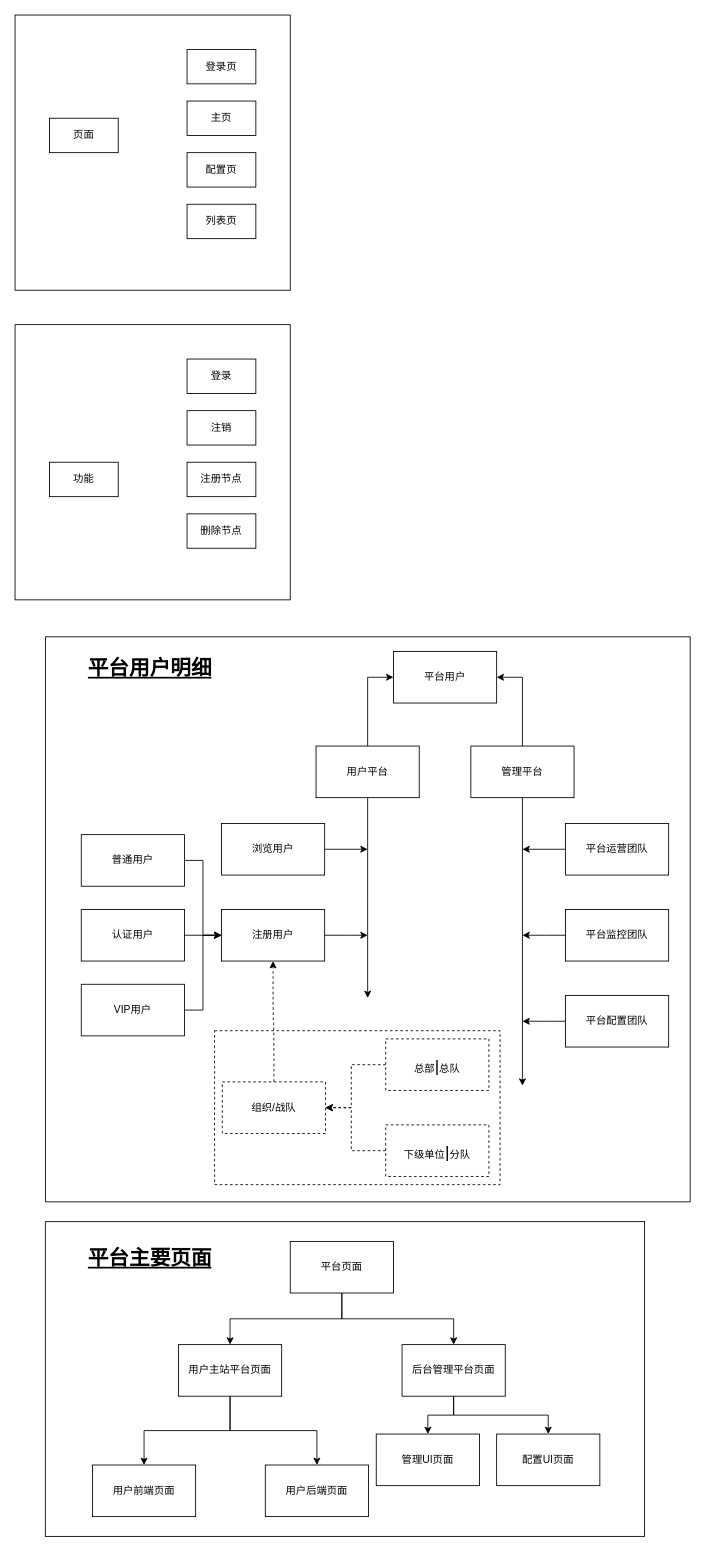
The draw.io diagram v0.1/v0.1.drawio in Yaoisss/Harmbook-Project-Docments, before the edit. Source tidied: cells renumbered, new cells numbered last; positions are measured from the earlier drawing's top-left corner, leaving out a move shared by most shapes. Both pictures are drawn from the tidied source at 86%, with x=0, y=0 at pixel (15, 15).
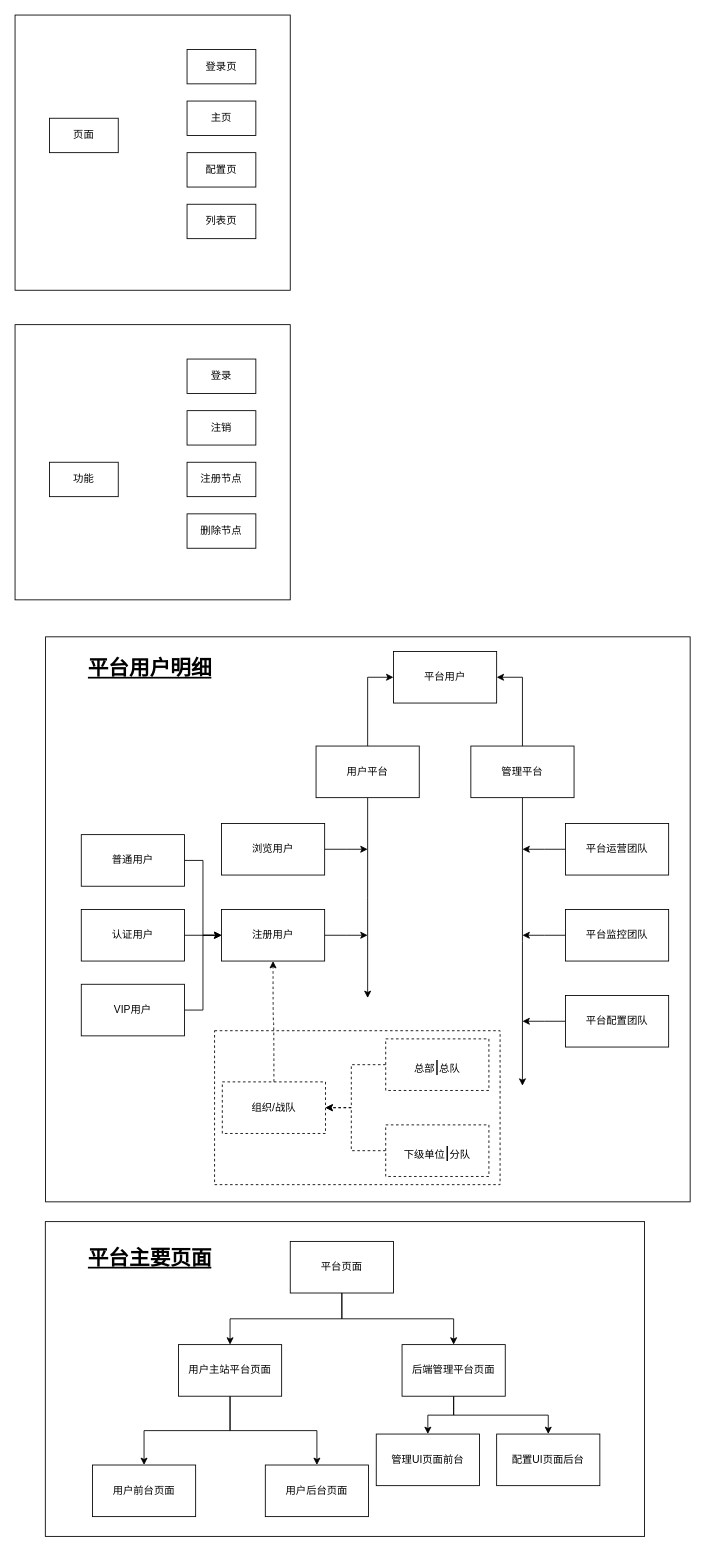
The same page after the edit.

The edit, as a diff of the source:
```diff
@@
-    <mxCell id="38" value="后台管理平台页面" style="rounded=0;whiteSpace=wrap;html=1;" parent="1" vertex="1">
+    <mxCell id="38" value="后端管理平台页面" style="rounded=0;whiteSpace=wrap;html=1;" parent="1" vertex="1">
       <mxGeometry x="450" y="1546" width="120" height="60" as="geometry" />
     </mxCell>
-    <mxCell id="39" value="用户前端页面" style="rounded=0;whiteSpace=wrap;html=1;" parent="1" vertex="1">
+    <mxCell id="39" value="用户前台页面" style="rounded=0;whiteSpace=wrap;html=1;" parent="1" vertex="1">
       <mxGeometry x="90" y="1686" width="120" height="60" as="geometry" />
     </mxCell>
-    <mxCell id="40" value="用户后端页面" style="rounded=0;whiteSpace=wrap;html=1;" parent="1" vertex="1">
+    <mxCell id="40" value="用户后台页面" style="rounded=0;whiteSpace=wrap;html=1;" parent="1" vertex="1">
       <mxGeometry x="291" y="1686" width="120" height="60" as="geometry" />
     </mxCell>
@@
-    <mxCell id="58" value="管理UI页面" style="rounded=0;whiteSpace=wrap;html=1;" parent="1" vertex="1">
+    <mxCell id="58" value="管理UI页面前台" style="rounded=0;whiteSpace=wrap;html=1;" parent="1" vertex="1">
       <mxGeometry x="420" y="1650" width="120" height="60" as="geometry" />
     </mxCell>
@@
-    <mxCell id="60" value="配置UI页面" style="rounded=0;whiteSpace=wrap;html=1;" parent="1" vertex="1">
+    <mxCell id="60" value="配置UI页面后台" style="rounded=0;whiteSpace=wrap;html=1;" parent="1" vertex="1">
       <mxGeometry x="560" y="1650" width="120" height="60" as="geometry" />
     </mxCell>
```
